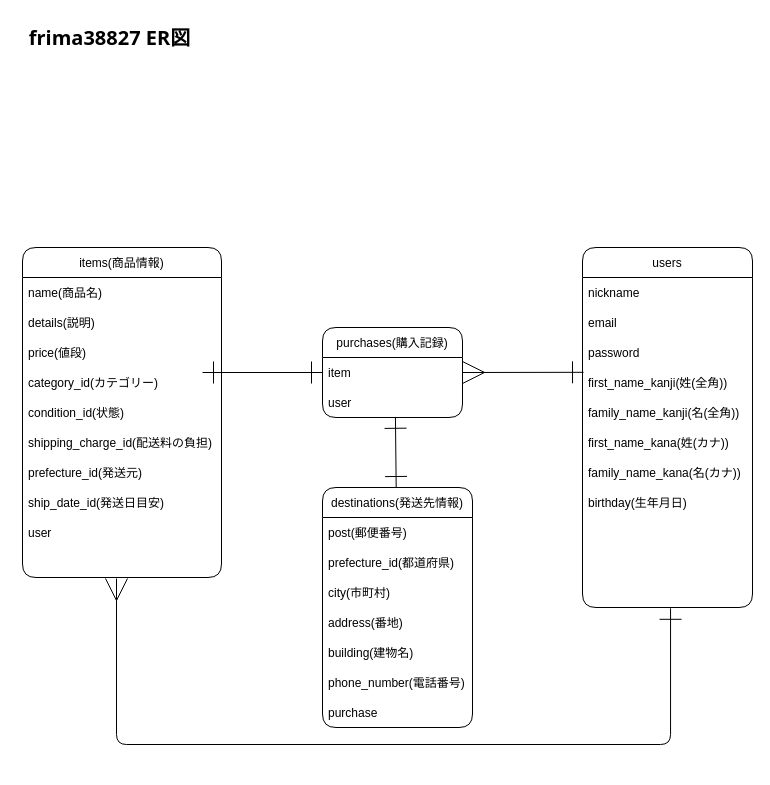
This is ER図.dio from Shou1204/furima-38827, a draw.io file, before an edit. Source tidied: cells renumbered, new cells numbered last; positions are measured from the earlier drawing's top-left corner, leaving out a move shared by most shapes. Both pictures are drawn from the tidied source at 100%, with x=0, y=0 at pixel (17, 17).
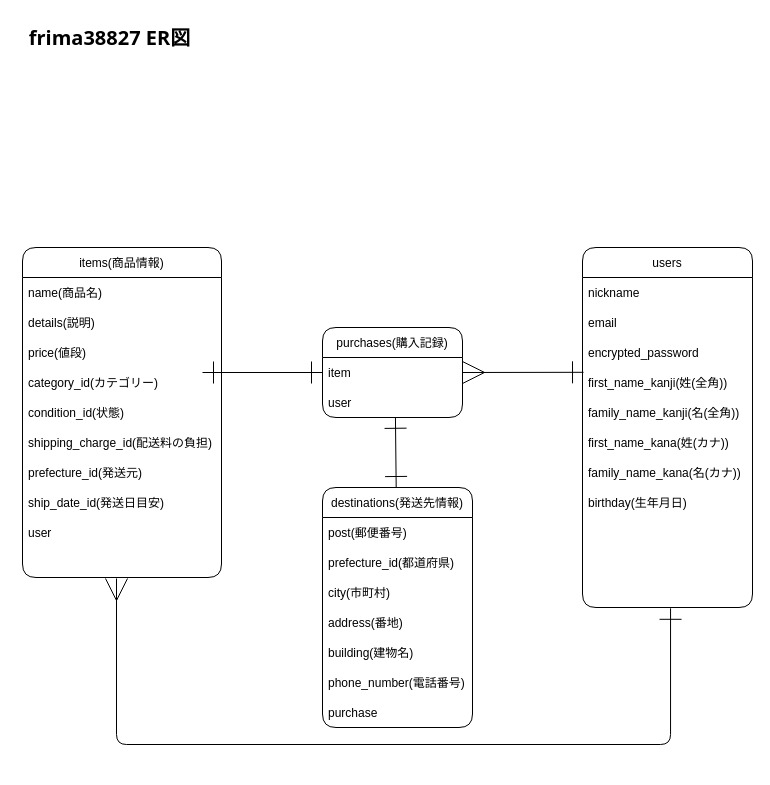
The same diagram, later.

Unchanged cells that the change refers to:
```xml
<mxCell id="18" value="users" style="swimlane;fontStyle=0;horizontal=1;startSize=30;swimlaneFillColor=none;rounded=1;fillColor=none;fontColor=#000000;strokeColor=#000000;" parent="1" vertex="1">
  <mxGeometry x="565" y="230" width="170" height="360" as="geometry" />
</mxCell>
```

The edit, as a diff of the source:
```diff
@@
-    <mxCell id="21" value="password" style="text;strokeColor=none;fillColor=none;align=left;verticalAlign=middle;spacingLeft=4;spacingRight=4;overflow=hidden;rounded=1;fontColor=#000000;" parent="18" vertex="1">
+    <mxCell id="21" value="encrypted_password" style="text;strokeColor=none;fillColor=none;align=left;verticalAlign=middle;spacingLeft=4;spacingRight=4;overflow=hidden;rounded=1;fontColor=#000000;" parent="18" vertex="1">
       <mxGeometry y="90" width="170" height="30" as="geometry" />
     </mxCell>
```
